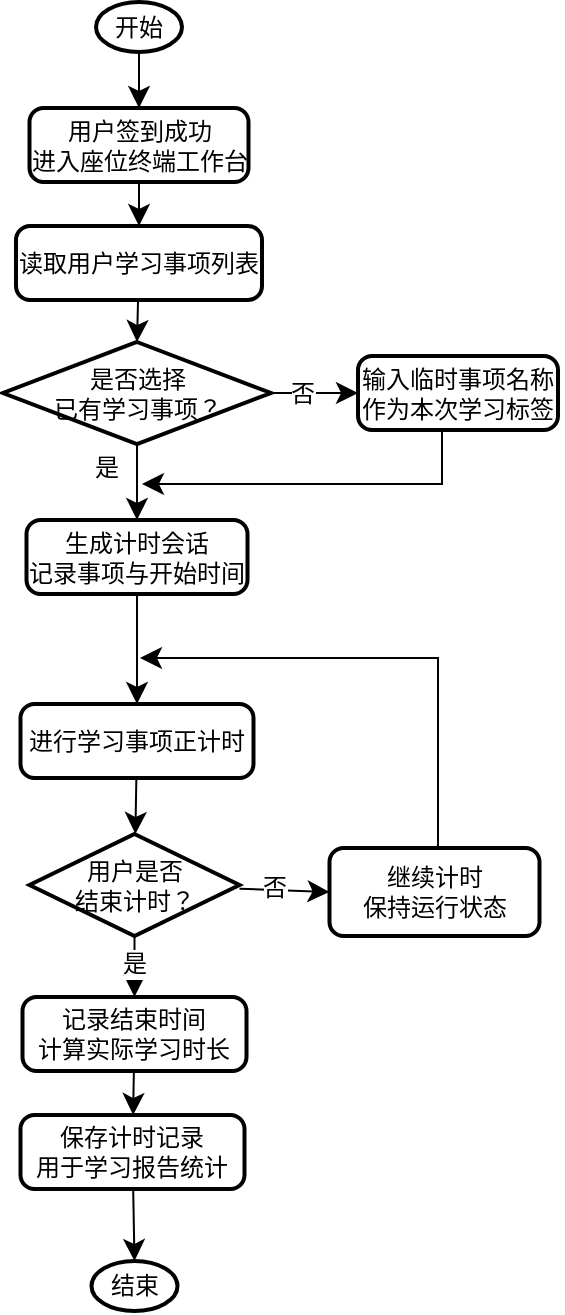
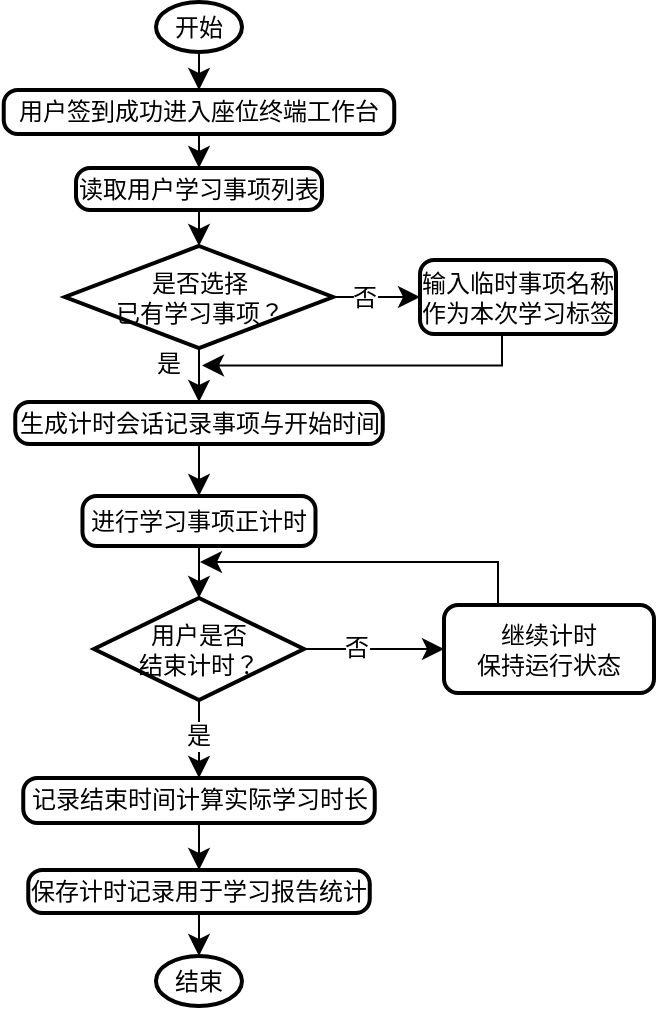
<mxfile host="app.diagrams.net">
  <diagram name="Page-1" id="TSh7HnBfg4CGFzlkoZo8">
-     <mxGraphModel dx="537" dy="1218" grid="0" gridSize="10" guides="1" tooltips="1" connect="1" arrows="1" fold="1" page="0" pageScale="1" pageWidth="827" pageHeight="1169" math="0" shadow="0">
+     <mxGraphModel dx="864" dy="1065" grid="0" gridSize="10" guides="1" tooltips="1" connect="1" arrows="1" fold="1" page="0" pageScale="1" pageWidth="827" pageHeight="1169" math="0" shadow="0">
      <root>
        <mxCell id="0" />
        <mxCell id="1" parent="0" />
        <mxCell id="jiVbfukgElMcBdu9zCTB-33" edge="1" parent="1" source="jiVbfukgElMcBdu9zCTB-2" style="edgeStyle=none;curved=1;rounded=0;orthogonalLoop=1;jettySize=auto;html=1;exitX=0.5;exitY=1;exitDx=0;exitDy=0;exitPerimeter=0;entryX=0.5;entryY=0;entryDx=0;entryDy=0;fontSize=12;startSize=8;endSize=8;" target="jiVbfukgElMcBdu9zCTB-4">
          <mxGeometry relative="1" as="geometry" />
        </mxCell>
        <mxCell id="jiVbfukgElMcBdu9zCTB-2" parent="1" style="strokeWidth=2;html=1;shape=mxgraph.flowchart.start_1;whiteSpace=wrap;" value="开始" vertex="1">
          <mxGeometry height="25" width="43" x="303" y="-23" as="geometry" />
        </mxCell>
        <mxCell id="jiVbfukgElMcBdu9zCTB-3" edge="1" parent="1" source="jiVbfukgElMcBdu9zCTB-4" style="edgeStyle=none;curved=1;rounded=0;orthogonalLoop=1;jettySize=auto;html=1;fontSize=12;startSize=8;endSize=8;" target="jiVbfukgElMcBdu9zCTB-5">
          <mxGeometry relative="1" as="geometry" />
        </mxCell>
-         <mxCell id="jiVbfukgElMcBdu9zCTB-4" parent="1" style="rounded=1;whiteSpace=wrap;html=1;absoluteArcSize=1;arcSize=14;strokeWidth=2;" value="用户签到成功&lt;div&gt;进入座位终端工作台&lt;/div&gt;" vertex="1">
-           <mxGeometry height="37" width="109.5" x="269.75" y="30" as="geometry" />
+         <mxCell id="jiVbfukgElMcBdu9zCTB-4" parent="1" style="rounded=1;whiteSpace=wrap;html=1;absoluteArcSize=1;arcSize=14;strokeWidth=2;" value="用户签到成功&lt;span style=&quot;background-color: transparent; color: light-dark(rgb(0, 0, 0), rgb(255, 255, 255));&quot;&gt;进入座位终端工作台&lt;/span&gt;" vertex="1">
+           <mxGeometry height="22" width="195.25" x="226.87" y="21" as="geometry" />
        </mxCell>
        <mxCell id="jiVbfukgElMcBdu9zCTB-5" parent="1" style="rounded=1;whiteSpace=wrap;html=1;absoluteArcSize=1;arcSize=14;strokeWidth=2;" value="读取用户学习事项列表" vertex="1">
-           <mxGeometry height="37" width="123" x="263" y="89" as="geometry" />
+           <mxGeometry height="21" width="123" x="263" y="60" as="geometry" />
        </mxCell>
        <mxCell id="jiVbfukgElMcBdu9zCTB-6" edge="1" parent="1" style="edgeStyle=orthogonalEdgeStyle;rounded=0;orthogonalLoop=1;jettySize=auto;html=1;fontSize=12;startSize=8;endSize=8;">
          <mxGeometry relative="1" as="geometry">
            <Array as="points">
-               <mxPoint x="476" y="174" />
-               <mxPoint x="476" y="218" />
+               <mxPoint x="474" y="143.03000000000003" />
+               <mxPoint x="476" y="143.03000000000003" />
+               <mxPoint x="476" y="159.03000000000003" />
            </Array>
-             <mxPoint x="526" y="174" as="sourcePoint" />
-             <mxPoint x="326" y="218" as="targetPoint" />
+             <mxPoint x="476" y="143.05" as="sourcePoint" />
+             <mxPoint x="326" y="158.75" as="targetPoint" />
          </mxGeometry>
        </mxCell>
        <mxCell id="jiVbfukgElMcBdu9zCTB-7" parent="1" style="rounded=1;whiteSpace=wrap;html=1;absoluteArcSize=1;arcSize=14;strokeWidth=2;" value="输入临时事项名称&lt;div&gt;作为本次学习标签&lt;/div&gt;" vertex="1">
-           <mxGeometry height="37" width="100" x="434" y="154" as="geometry" />
+           <mxGeometry height="37" width="98" x="435" y="106" as="geometry" />
        </mxCell>
        <mxCell id="jiVbfukgElMcBdu9zCTB-8" edge="1" parent="1" source="jiVbfukgElMcBdu9zCTB-12" style="edgeStyle=none;curved=1;rounded=0;orthogonalLoop=1;jettySize=auto;html=1;entryX=0;entryY=0.5;entryDx=0;entryDy=0;fontSize=12;startSize=8;endSize=8;" target="jiVbfukgElMcBdu9zCTB-7">
          <mxGeometry relative="1" as="geometry" />
        </mxCell>
        <mxCell id="jiVbfukgElMcBdu9zCTB-9" connectable="0" parent="jiVbfukgElMcBdu9zCTB-8" style="edgeLabel;html=1;align=center;verticalAlign=middle;resizable=0;points=[];fontSize=12;" value="否" vertex="1">
          <mxGeometry relative="1" x="-0.2933" y="1" as="geometry">
            <mxPoint y="1" as="offset" />
          </mxGeometry>
        </mxCell>
        <mxCell id="jiVbfukgElMcBdu9zCTB-10" edge="1" parent="1" source="jiVbfukgElMcBdu9zCTB-12" style="edgeStyle=none;curved=1;rounded=0;orthogonalLoop=1;jettySize=auto;html=1;fontSize=12;startSize=8;endSize=8;entryX=0.5;entryY=0;entryDx=0;entryDy=0;" target="jiVbfukgElMcBdu9zCTB-16">
          <mxGeometry relative="1" as="geometry">
            <mxPoint x="325" y="236" as="targetPoint" />
          </mxGeometry>
        </mxCell>
        <mxCell id="jiVbfukgElMcBdu9zCTB-11" connectable="0" parent="jiVbfukgElMcBdu9zCTB-10" style="edgeLabel;html=1;align=center;verticalAlign=middle;resizable=0;points=[];fontSize=12;" value="是" vertex="1">
          <mxGeometry relative="1" x="-0.1525" y="2" as="geometry">
            <mxPoint x="-18" y="-4" as="offset" />
          </mxGeometry>
        </mxCell>
        <mxCell id="jiVbfukgElMcBdu9zCTB-12" parent="1" style="strokeWidth=2;html=1;shape=mxgraph.flowchart.decision;whiteSpace=wrap;" value="是否选择&lt;div&gt;已有学习事项？&lt;/div&gt;" vertex="1">
-           <mxGeometry height="51" width="134" x="256.5" y="147" as="geometry" />
+           <mxGeometry height="51" width="134" x="257.5" y="99" as="geometry" />
        </mxCell>
        <mxCell id="jiVbfukgElMcBdu9zCTB-15" edge="1" parent="1" source="jiVbfukgElMcBdu9zCTB-16" style="edgeStyle=none;curved=1;rounded=0;orthogonalLoop=1;jettySize=auto;html=1;fontSize=12;startSize=8;endSize=8;" target="jiVbfukgElMcBdu9zCTB-18">
          <mxGeometry relative="1" as="geometry" />
        </mxCell>
-         <mxCell id="jiVbfukgElMcBdu9zCTB-16" parent="1" style="rounded=1;whiteSpace=wrap;html=1;absoluteArcSize=1;arcSize=14;strokeWidth=2;" value="生成计时会话&lt;div&gt;记录事项与开始时间&lt;/div&gt;" vertex="1">
-           <mxGeometry height="37" width="110.5" x="268.25" y="236" as="geometry" />
+         <mxCell id="jiVbfukgElMcBdu9zCTB-16" parent="1" style="rounded=1;whiteSpace=wrap;html=1;absoluteArcSize=1;arcSize=14;strokeWidth=2;" value="生成计时会话&lt;span style=&quot;background-color: transparent; color: light-dark(rgb(0, 0, 0), rgb(255, 255, 255));&quot;&gt;记录事项与开始时间&lt;/span&gt;" vertex="1">
+           <mxGeometry height="21" width="183.75" x="232.63" y="177" as="geometry" />
        </mxCell>
        <mxCell id="jiVbfukgElMcBdu9zCTB-18" parent="1" style="rounded=1;whiteSpace=wrap;html=1;absoluteArcSize=1;arcSize=14;strokeWidth=2;" value="进行学习事项正计时" vertex="1">
-           <mxGeometry height="37" width="116.5" x="265.25" y="328" as="geometry" />
+           <mxGeometry height="25" width="116.5" x="266.24" y="224" as="geometry" />
        </mxCell>
        <mxCell id="jiVbfukgElMcBdu9zCTB-19" edge="1" parent="1" source="jiVbfukgElMcBdu9zCTB-18" style="edgeStyle=none;curved=1;rounded=0;orthogonalLoop=1;jettySize=auto;html=1;fontSize=12;startSize=8;endSize=8;" target="jiVbfukgElMcBdu9zCTB-25">
          <mxGeometry relative="1" as="geometry">
            <mxPoint x="324.5" y="457" as="sourcePoint" />
          </mxGeometry>
        </mxCell>
        <mxCell id="jiVbfukgElMcBdu9zCTB-21" edge="1" parent="1" source="jiVbfukgElMcBdu9zCTB-25" style="edgeStyle=none;curved=1;rounded=0;orthogonalLoop=1;jettySize=auto;html=1;entryX=0;entryY=0.5;entryDx=0;entryDy=0;fontSize=12;startSize=8;endSize=8;" target="jiVbfukgElMcBdu9zCTB-28">
          <mxGeometry relative="1" as="geometry" />
        </mxCell>
        <mxCell id="jiVbfukgElMcBdu9zCTB-22" connectable="0" parent="jiVbfukgElMcBdu9zCTB-21" style="edgeLabel;html=1;align=center;verticalAlign=middle;resizable=0;points=[];fontSize=12;" value="否" vertex="1">
          <mxGeometry relative="1" x="-0.2616" y="1" as="geometry">
            <mxPoint as="offset" />
          </mxGeometry>
        </mxCell>
        <mxCell id="jiVbfukgElMcBdu9zCTB-23" edge="1" parent="1" source="jiVbfukgElMcBdu9zCTB-25" style="edgeStyle=none;curved=1;rounded=0;orthogonalLoop=1;jettySize=auto;html=1;entryX=0.5;entryY=0;entryDx=0;entryDy=0;fontSize=12;startSize=8;endSize=8;" target="jiVbfukgElMcBdu9zCTB-29">
          <mxGeometry relative="1" as="geometry" />
        </mxCell>
        <mxCell id="jiVbfukgElMcBdu9zCTB-24" connectable="0" parent="jiVbfukgElMcBdu9zCTB-23" style="edgeLabel;html=1;align=center;verticalAlign=middle;resizable=0;points=[];fontSize=12;" value="是" vertex="1">
          <mxGeometry relative="1" x="-0.0833" y="-1" as="geometry">
            <mxPoint as="offset" />
          </mxGeometry>
        </mxCell>
        <mxCell id="jiVbfukgElMcBdu9zCTB-25" parent="1" style="strokeWidth=2;html=1;shape=mxgraph.flowchart.decision;whiteSpace=wrap;" value="用户是否&lt;div&gt;结束计时？&lt;/div&gt;" vertex="1">
-           <mxGeometry height="51" width="105" x="269.75" y="393" as="geometry" />
+           <mxGeometry height="51" width="105" x="271.99" y="275" as="geometry" />
        </mxCell>
        <mxCell id="jiVbfukgElMcBdu9zCTB-26" parent="1" style="strokeWidth=2;html=1;shape=mxgraph.flowchart.start_1;whiteSpace=wrap;" value="结束" vertex="1">
-           <mxGeometry height="25" width="43" x="300.75" y="606.5" as="geometry" />
+           <mxGeometry height="25" width="43" x="302.99" y="454" as="geometry" />
        </mxCell>
-         <mxCell id="jiVbfukgElMcBdu9zCTB-35" edge="1" parent="1" source="jiVbfukgElMcBdu9zCTB-28" style="edgeStyle=orthogonalEdgeStyle;rounded=0;orthogonalLoop=1;jettySize=auto;html=1;fontSize=12;startSize=8;endSize=8;exitX=0.5;exitY=0;exitDx=0;exitDy=0;">
+         <mxCell id="jiVbfukgElMcBdu9zCTB-35" edge="1" parent="1" source="jiVbfukgElMcBdu9zCTB-28" style="edgeStyle=orthogonalEdgeStyle;rounded=0;orthogonalLoop=1;jettySize=auto;html=1;fontSize=12;startSize=8;endSize=8;">
          <mxGeometry relative="1" as="geometry">
            <Array as="points">
-               <mxPoint x="474" y="400" />
-               <mxPoint x="474" y="305" />
+               <mxPoint x="474" y="257" />
            </Array>
-             <mxPoint x="474" y="491.5" as="sourcePoint" />
-             <mxPoint x="325" y="305" as="targetPoint" />
+             <mxPoint x="474" y="326" as="sourcePoint" />
+             <mxPoint x="325" y="257" as="targetPoint" />
          </mxGeometry>
        </mxCell>
        <mxCell id="jiVbfukgElMcBdu9zCTB-28" parent="1" style="rounded=1;whiteSpace=wrap;html=1;absoluteArcSize=1;arcSize=14;strokeWidth=2;" value="继续计时&lt;div&gt;保持运行状态&lt;/div&gt;" vertex="1">
-           <mxGeometry height="44" width="105" x="419.75" y="400" as="geometry" />
+           <mxGeometry height="44" width="105" x="447" y="278.5" as="geometry" />
        </mxCell>
        <mxCell id="jiVbfukgElMcBdu9zCTB-38" edge="1" parent="1" source="jiVbfukgElMcBdu9zCTB-29" style="edgeStyle=none;curved=1;rounded=0;orthogonalLoop=1;jettySize=auto;html=1;fontSize=12;startSize=8;endSize=8;" target="jiVbfukgElMcBdu9zCTB-37">
          <mxGeometry relative="1" as="geometry" />
        </mxCell>
-         <mxCell id="jiVbfukgElMcBdu9zCTB-29" parent="1" style="rounded=1;whiteSpace=wrap;html=1;absoluteArcSize=1;arcSize=14;strokeWidth=2;" value="记录结束时间&lt;div&gt;计算实际学习时长&lt;/div&gt;" vertex="1">
-           <mxGeometry height="37" width="112" x="266.25" y="474.5" as="geometry" />
+         <mxCell id="jiVbfukgElMcBdu9zCTB-29" parent="1" style="rounded=1;whiteSpace=wrap;html=1;absoluteArcSize=1;arcSize=14;strokeWidth=2;" value="记录结束时间&lt;span style=&quot;background-color: transparent; color: light-dark(rgb(0, 0, 0), rgb(255, 255, 255));&quot;&gt;计算实际学习时长&lt;/span&gt;" vertex="1">
+           <mxGeometry height="22.5" width="175.75" x="236.63" y="365" as="geometry" />
        </mxCell>
        <mxCell id="jiVbfukgElMcBdu9zCTB-30" edge="1" parent="1" source="jiVbfukgElMcBdu9zCTB-5" style="edgeStyle=none;curved=1;rounded=0;orthogonalLoop=1;jettySize=auto;html=1;entryX=0.5;entryY=0;entryDx=0;entryDy=0;entryPerimeter=0;fontSize=12;startSize=8;endSize=8;" target="jiVbfukgElMcBdu9zCTB-12">
          <mxGeometry relative="1" as="geometry" />
        </mxCell>
-         <mxCell id="jiVbfukgElMcBdu9zCTB-37" parent="1" style="rounded=1;whiteSpace=wrap;html=1;absoluteArcSize=1;arcSize=14;strokeWidth=2;" value="保存计时记录&lt;div&gt;用于学习报告统计&lt;/div&gt;" vertex="1">
-           <mxGeometry height="37" width="112" x="265.25" y="533.5" as="geometry" />
+         <mxCell id="jiVbfukgElMcBdu9zCTB-37" parent="1" style="rounded=1;whiteSpace=wrap;html=1;absoluteArcSize=1;arcSize=14;strokeWidth=2;" value="保存计时记录&lt;span style=&quot;background-color: transparent; color: light-dark(rgb(0, 0, 0), rgb(255, 255, 255));&quot;&gt;用于学习报告统计&lt;/span&gt;" vertex="1">
+           <mxGeometry height="21.5" width="170.75" x="239.13" y="411" as="geometry" />
        </mxCell>
        <mxCell id="jiVbfukgElMcBdu9zCTB-39" edge="1" parent="1" source="jiVbfukgElMcBdu9zCTB-37" style="edgeStyle=none;curved=1;rounded=0;orthogonalLoop=1;jettySize=auto;html=1;entryX=0.5;entryY=0;entryDx=0;entryDy=0;entryPerimeter=0;fontSize=12;startSize=8;endSize=8;" target="jiVbfukgElMcBdu9zCTB-26">
          <mxGeometry relative="1" as="geometry" />
        </mxCell>
      </root>
    </mxGraphModel>
  </diagram>
</mxfile>
